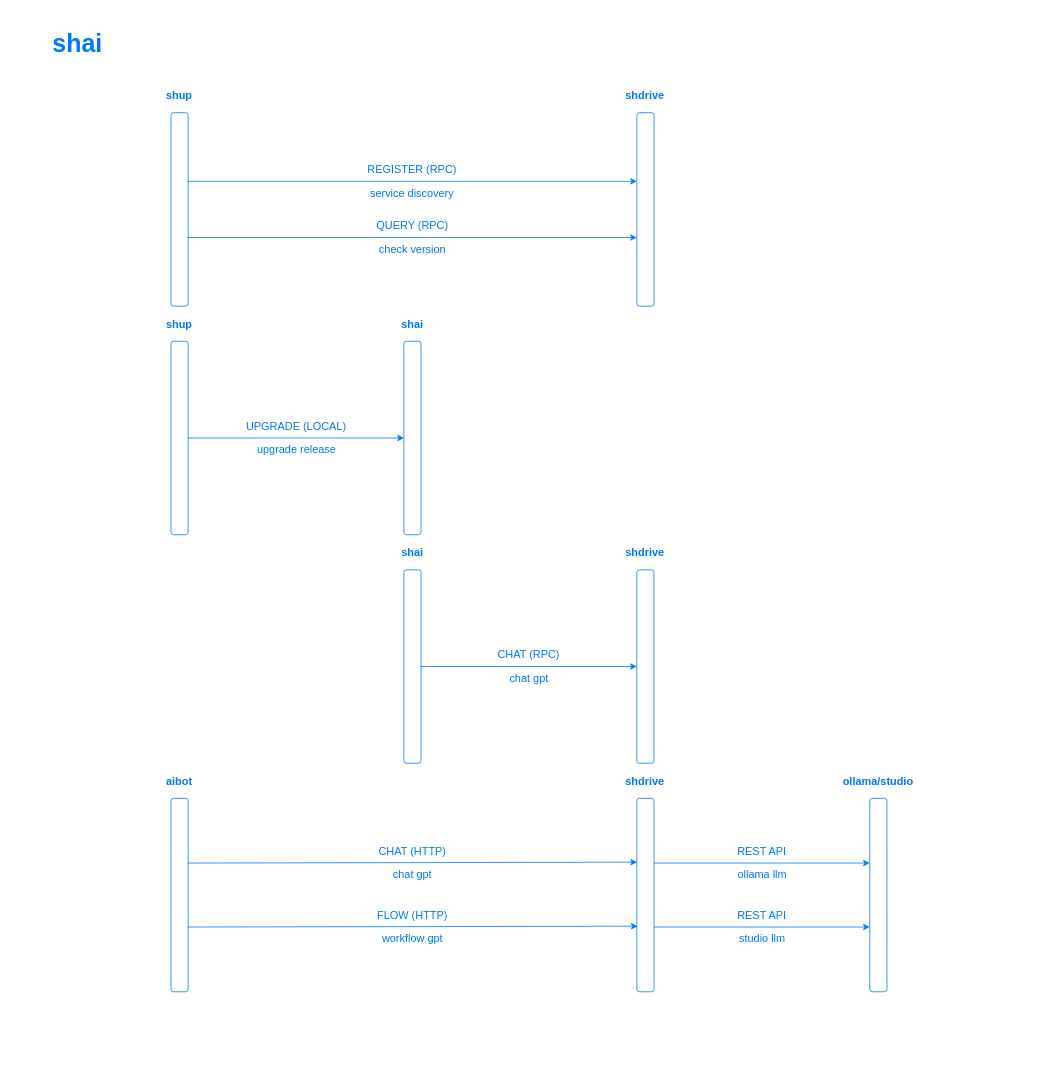
The draw.io diagram flow.drawio in ai-flowx/.github, before the edit. Source tidied: cells renumbered, new cells numbered last; positions are measured from the earlier drawing's top-left corner, leaving out a move shared by most shapes. Both pictures are drawn from the tidied source at 78%, with x=0, y=0 at pixel (13, 13).
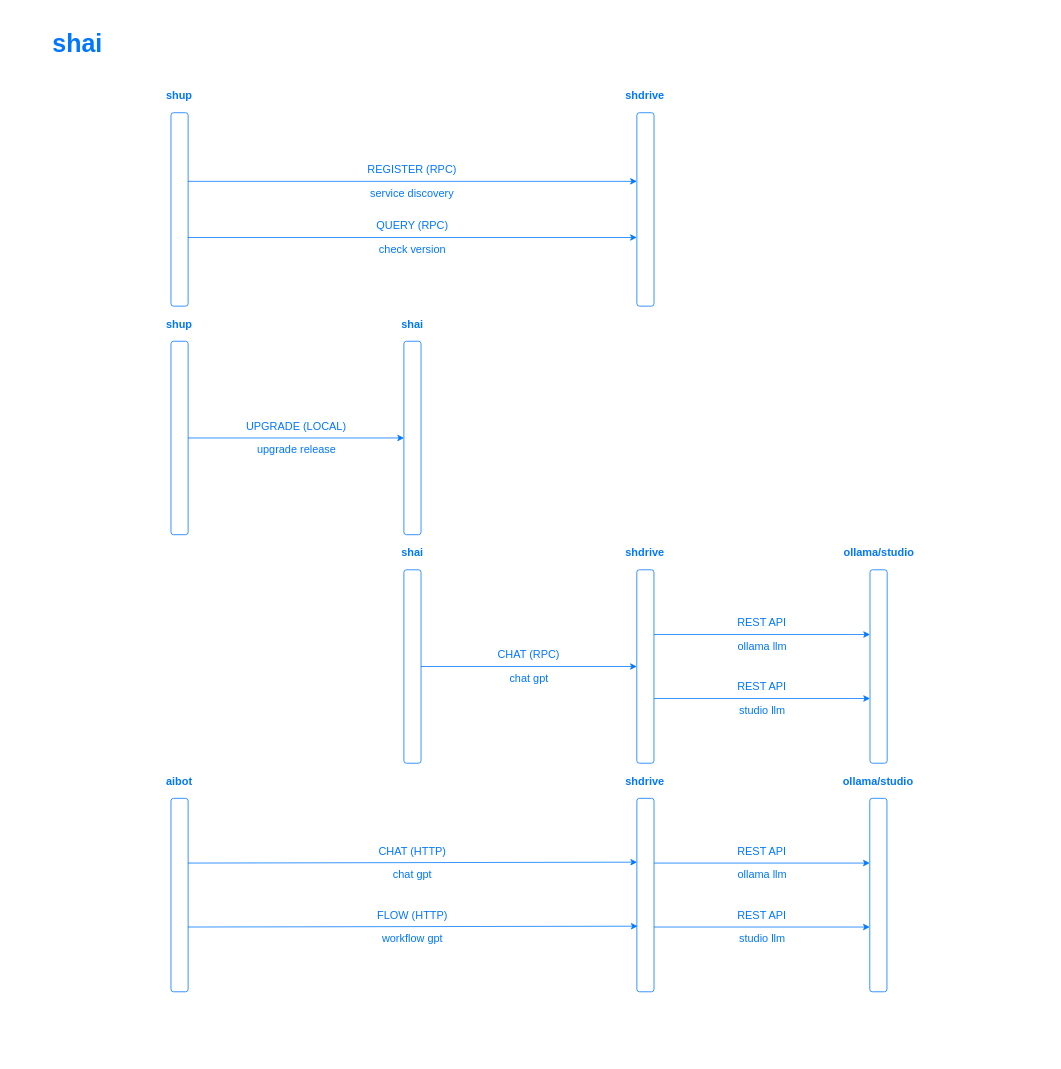
Above is the later version.

Diff of the diagram source:
```diff
@@
+    <mxCell id="46" value="&lt;font color=&quot;#0077ff&quot; style=&quot;&quot;&gt;&lt;br&gt;&lt;/font&gt;" style="rounded=1;whiteSpace=wrap;html=1;strokeColor=#0077FF;fillColor=none;shadow=0;" parent="1" vertex="1">
+      <mxGeometry x="1097.9" y="713" width="22" height="248" as="geometry" />
+    </mxCell>
+    <mxCell id="47" value="ollama/studio" style="text;html=1;strokeColor=none;fillColor=none;align=center;verticalAlign=middle;whiteSpace=wrap;rounded=0;fontStyle=1;dashed=1;fontColor=#0077FF;fontSize=14;" parent="1" vertex="1">
+      <mxGeometry x="1058.6" y="668" width="100.6" height="45" as="geometry" />
+    </mxCell>
+    <mxCell id="48" style="endArrow=classic;html=1;fontSize=14;fontColor=#0077FF;exitX=1;exitY=0.5;exitDx=0;exitDy=0;strokeColor=#0077FF;entryX=0.011;entryY=0.121;entryDx=0;entryDy=0;entryPerimeter=0;" parent="1" edge="1">
+      <mxGeometry relative="1" as="geometry">
+        <mxPoint x="821" y="796" as="sourcePoint" />
+        <mxPoint x="1097.9" y="796" as="targetPoint" />
+      </mxGeometry>
+    </mxCell>
+    <mxCell id="49" value="&lt;span style=&quot;color: rgb(0, 119, 255); font-size: 14px;&quot;&gt;REST API&lt;/span&gt;" style="text;html=1;strokeColor=none;fillColor=none;align=center;verticalAlign=middle;whiteSpace=wrap;rounded=0;" parent="1" vertex="1">
+      <mxGeometry x="908.3" y="766" width="103.2" height="30" as="geometry" />
+    </mxCell>
+    <mxCell id="50" value="&lt;span style=&quot;color: rgb(0, 119, 255); font-size: 14px;&quot;&gt;ollama llm&lt;/span&gt;" style="text;html=1;strokeColor=none;fillColor=none;align=center;verticalAlign=middle;whiteSpace=wrap;rounded=0;" parent="1" vertex="1">
+      <mxGeometry x="903.8" y="796" width="112.1" height="30" as="geometry" />
+    </mxCell>
+    <mxCell id="51" style="endArrow=classic;html=1;fontSize=14;fontColor=#0077FF;exitX=1;exitY=0.5;exitDx=0;exitDy=0;strokeColor=#0077FF;entryX=0.011;entryY=0.121;entryDx=0;entryDy=0;entryPerimeter=0;" parent="1" edge="1">
+      <mxGeometry relative="1" as="geometry">
+        <mxPoint x="821" y="878" as="sourcePoint" />
+        <mxPoint x="1097.9" y="878" as="targetPoint" />
+      </mxGeometry>
+    </mxCell>
+    <mxCell id="52" value="&lt;span style=&quot;color: rgb(0, 119, 255); font-size: 14px;&quot;&gt;REST API&lt;/span&gt;" style="text;html=1;strokeColor=none;fillColor=none;align=center;verticalAlign=middle;whiteSpace=wrap;rounded=0;" parent="1" vertex="1">
+      <mxGeometry x="891.2" y="848" width="137.4" height="30" as="geometry" />
+    </mxCell>
+    <mxCell id="53" value="&lt;span style=&quot;color: rgb(0, 119, 255); font-size: 14px;&quot;&gt;studio llm&lt;/span&gt;" style="text;html=1;strokeColor=none;fillColor=none;align=center;verticalAlign=middle;whiteSpace=wrap;rounded=0;" parent="1" vertex="1">
+      <mxGeometry x="907.1" y="878" width="105.5" height="30" as="geometry" />
+    </mxCell>
```
